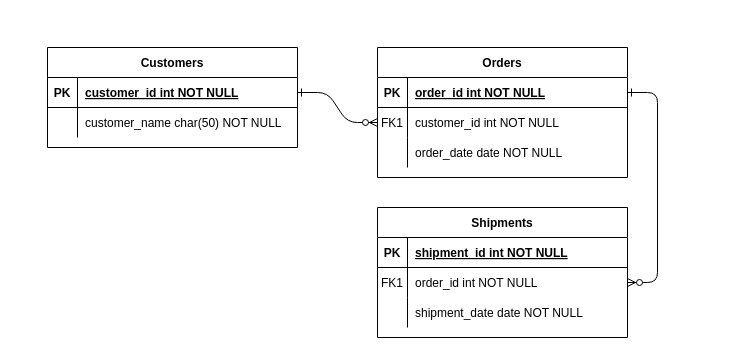
Earlier version of the draw.io diagram CoreData.drawio (amit2908/Notes). Source tidied: cells renumbered, new cells numbered last; positions are measured from the earlier drawing's top-left corner, leaving out a move shared by most shapes. Both pictures are drawn from the tidied source at 100%, with x=0, y=0 at pixel (47, 47).
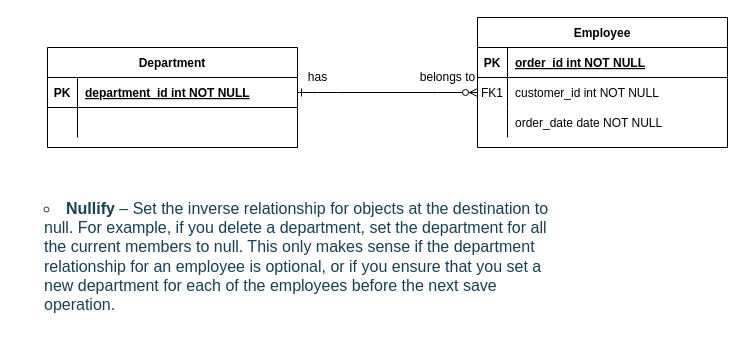
The same diagram, later.

Unchanged cells that the change refers to:
```xml
<mxCell id="5" style="shape=partialRectangle;fillColor=none;points=[[0,0.5],[1,0.5]];portConstraint=eastwest;top=0;left=0;right=0;bottom=1;" parent="4" vertex="1">
  <mxGeometry y="30" width="250" height="30" as="geometry" />
</mxCell>
<mxCell id="25" style="shape=partialRectangle;fillColor=none;points=[[0,0.5],[1,0.5]];portConstraint=eastwest;top=0;left=0;right=0;bottom=1;" parent="24" vertex="1">
  <mxGeometry y="30" width="250" height="30" as="geometry" />
</mxCell>
<mxCell id="28" style="shape=partialRectangle;fillColor=none;top=0;left=0;right=0;bottom=0;" parent="24" vertex="1">
  <mxGeometry y="60" width="250" height="30" as="geometry" />
</mxCell>
```

Diff of the diagram source:
```diff
@@
-    <mxCell id="3" style="edgeStyle=entityRelationEdgeStyle;endArrow=ERzeroToMany;startArrow=ERone;endFill=1;startFill=0;" parent="1" edge="1" source="5" target="18">
-      <mxGeometry relative="1" as="geometry" />
-    </mxCell>
-    <mxCell id="4" value="Orders" style="shape=table;startSize=30;childLayout=tableLayout;rowLines=0;fontStyle=1;align=center;" parent="1" vertex="1">
-      <mxGeometry x="330" width="250" height="130" as="geometry" />
+    <mxCell id="4" value="Employee" style="shape=table;startSize=30;childLayout=tableLayout;rowLines=0;fontStyle=1;align=center;" parent="1" vertex="1">
+      <mxGeometry x="430" y="-30" width="250" height="130" as="geometry" />
     </mxCell>
@@
-    <mxCell id="14" value="Shipments" style="shape=table;startSize=30;childLayout=tableLayout;rowLines=0;fontStyle=1;align=center;" parent="1" vertex="1">
-      <mxGeometry x="330" y="160" width="250" height="130" as="geometry" />
-    </mxCell>
-    <mxCell id="15" style="shape=partialRectangle;fillColor=none;top=0;left=0;right=0;bottom=1;" parent="14" vertex="1">
-      <mxGeometry y="30" width="250" height="30" as="geometry" />
-    </mxCell>
-    <mxCell id="16" value="PK" style="shape=partialRectangle;overflow=hidden;fillColor=none;top=0;left=0;bottom=0;right=0;fontStyle=1;" parent="15" vertex="1">
-      <mxGeometry width="30" height="30" as="geometry" />
-    </mxCell>
-    <mxCell id="17" value="shipment_id int NOT NULL " style="shape=partialRectangle;overflow=hidden;fillColor=none;top=0;left=0;bottom=0;right=0;align=left;spacingLeft=6;fontStyle=5;" parent="15" vertex="1">
-      <mxGeometry x="30" width="220" height="30" as="geometry" />
-    </mxCell>
-    <mxCell id="18" style="shape=partialRectangle;fillColor=none;points=[[0,0.5],[1,0.5]];portConstraint=eastwest;top=0;left=0;right=0;bottom=0;" parent="14" vertex="1">
-      <mxGeometry y="60" width="250" height="30" as="geometry" />
-    </mxCell>
-    <mxCell id="19" value="FK1" style="shape=partialRectangle;overflow=hidden;fillColor=none;top=0;left=0;bottom=0;right=0;" parent="18" vertex="1">
-      <mxGeometry width="30" height="30" as="geometry" />
-    </mxCell>
-    <mxCell id="20" value="order_id int NOT NULL" style="shape=partialRectangle;overflow=hidden;fillColor=none;top=0;left=0;bottom=0;right=0;align=left;spacingLeft=6;" parent="18" vertex="1">
-      <mxGeometry x="30" width="220" height="30" as="geometry" />
-    </mxCell>
-    <mxCell id="21" style="shape=partialRectangle;fillColor=none;top=0;left=0;right=0;bottom=0;" parent="14" vertex="1">
-      <mxGeometry y="90" width="250" height="30" as="geometry" />
-    </mxCell>
-    <mxCell id="22" style="shape=partialRectangle;overflow=hidden;fillColor=none;top=0;left=0;bottom=0;right=0;" parent="21" vertex="1">
-      <mxGeometry width="30" height="30" as="geometry" />
-    </mxCell>
-    <mxCell id="23" value="shipment_date date NOT NULL" style="shape=partialRectangle;overflow=hidden;fillColor=none;top=0;left=0;bottom=0;right=0;align=left;spacingLeft=6;" parent="21" vertex="1">
-      <mxGeometry x="30" width="220" height="30" as="geometry" />
-    </mxCell>
-    <mxCell id="24" value="Customers" style="shape=table;startSize=30;childLayout=tableLayout;rowLines=0;fontStyle=1;align=center;" parent="1" vertex="1">
+    <mxCell id="24" value="Department" style="shape=table;startSize=30;childLayout=tableLayout;rowLines=0;fontStyle=1;align=center;" parent="1" vertex="1">
       <mxGeometry width="250" height="100" as="geometry" />
     </mxCell>
@@
-    <mxCell id="27" value="customer_id int NOT NULL " style="shape=partialRectangle;overflow=hidden;fillColor=none;top=0;left=0;bottom=0;right=0;align=left;spacingLeft=6;fontStyle=5;" parent="25" vertex="1">
+    <mxCell id="27" value="department_id int NOT NULL " style="shape=partialRectangle;overflow=hidden;fillColor=none;top=0;left=0;bottom=0;right=0;align=left;spacingLeft=6;fontStyle=5;" parent="25" vertex="1">
       <mxGeometry x="30" width="220" height="30" as="geometry" />
     </mxCell>
@@
-    <mxCell id="30" value="customer_name char(50) NOT NULL" style="shape=partialRectangle;overflow=hidden;fillColor=none;top=0;left=0;bottom=0;right=0;align=left;spacingLeft=6;" parent="28" vertex="1">
+    <mxCell id="30" style="shape=partialRectangle;overflow=hidden;fillColor=none;top=0;left=0;bottom=0;right=0;align=left;spacingLeft=6;" parent="28" vertex="1">
       <mxGeometry x="30" width="220" height="30" as="geometry" />
     </mxCell>
+    <mxCell id="31" value="&lt;ul style=&quot;box-sizing: border-box; overflow-wrap: break-word; margin: 0px 0px 0px 25px; list-style: circle; padding: 0px; color: rgb(23, 64, 84); font-size: 16px; font-style: normal; font-weight: 400; letter-spacing: normal; text-align: left; text-indent: 0px; text-transform: none; word-spacing: 0px; background-color: rgb(255, 255, 255);&quot;&gt;&lt;li style=&quot;box-sizing: border-box ; overflow-wrap: break-word ; padding: 5px 0px ; list-style-position: inside&quot;&gt;&lt;strong style=&quot;box-sizing: border-box ; overflow-wrap: break-word ; font-weight: bold&quot;&gt;Nullify&lt;/strong&gt;&lt;span&gt;&amp;nbsp;&lt;/span&gt;– Set the inverse relationship for objects at the destination to null. For example, if you delete a department, set the department for all the current members to null. This only makes sense if the department relationship for an employee is optional, or if you ensure that you set a new department for each of the employees before the next save operation.&lt;/li&gt;&lt;/ul&gt;" style="text;whiteSpace=wrap;html=1;" parent="1" vertex="1">
+      <mxGeometry x="-30" y="140" width="550" height="140" as="geometry" />
+    </mxCell>
+    <mxCell id="32" value="has" style="text;html=1;align=center;verticalAlign=middle;strokeColor=none;" parent="1" vertex="1">
+      <mxGeometry x="255" y="20" width="30" height="20" as="geometry" />
+    </mxCell>
+    <mxCell id="33" value="belongs to" style="text;html=1;align=center;verticalAlign=middle;strokeColor=none;" parent="1" vertex="1">
+      <mxGeometry x="365" y="20" width="70" height="20" as="geometry" />
+    </mxCell>
```
